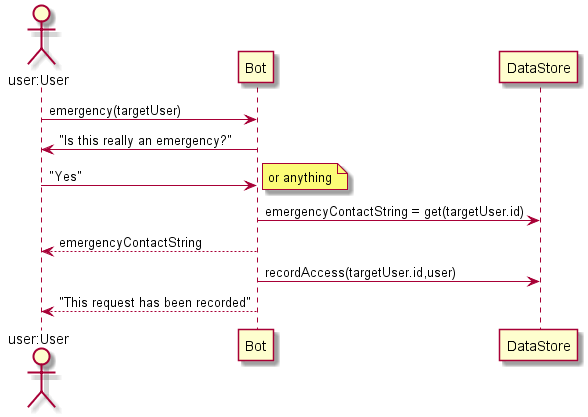
The PlantUML diagram dynamic_emergency.png in surgeforward/911bot, before a commit.
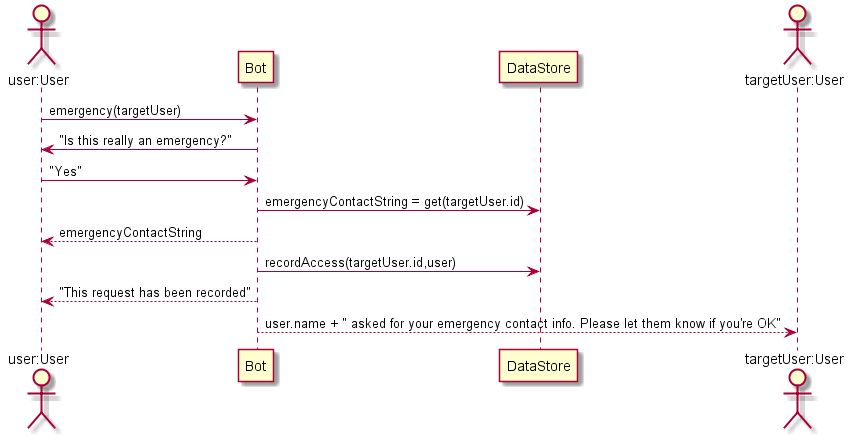
The same diagram one commit later.

Commit message:
Update design to account for notifying target user #5

What changed in the source:
```diff
@@ -4,9 +4,10 @@
 User -> Bot: emergency(targetUser)
 Bot -> User: "Is this really an emergency?"
 User -> Bot: "Yes"
-note right: or anything
 Bot -> DataStore: emergencyContactString = get(targetUser.id)
 Bot --> User: emergencyContactString
 Bot -> DataStore: recordAccess(targetUser.id,user)
 Bot --> User: "This request has been recorded"
+actor "targetUser:User" as TargetUser
+Bot --> TargetUser: user.name + " asked for your emergency contact info. Please let them know if you're OK"
 @enduml
```
